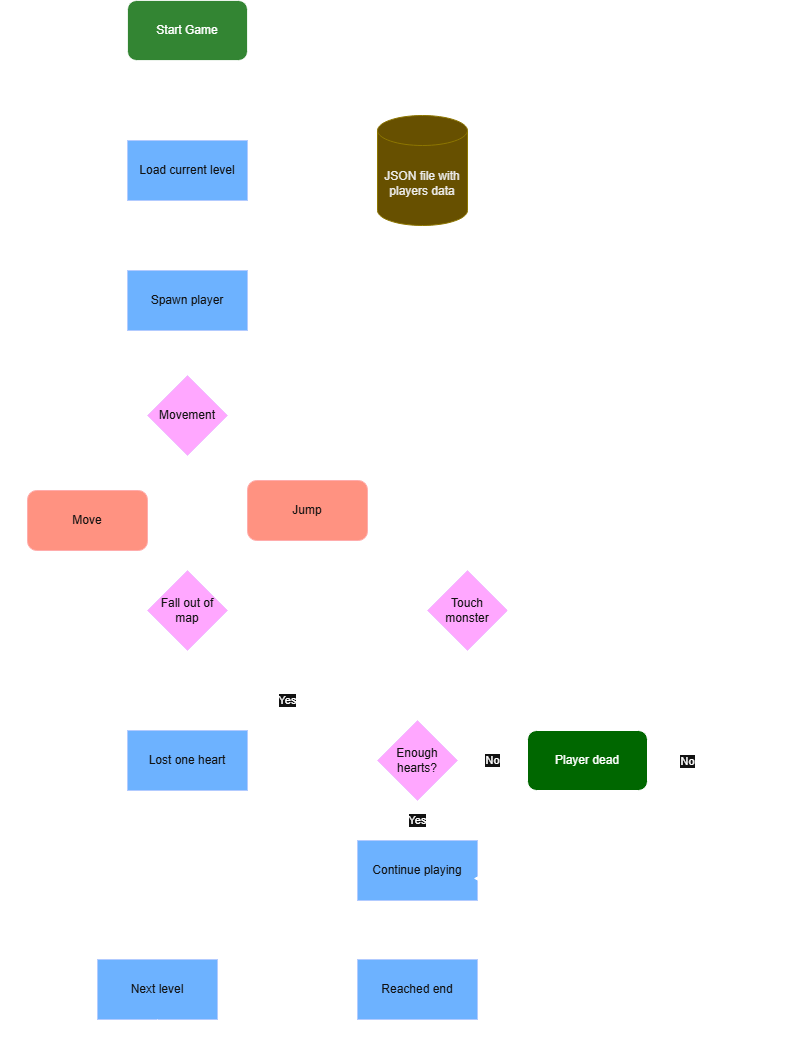
Above: ressources/images/flow/diagrammeDactivieJeu.png in Davidd-frn/SuperRijoda (draw.io), before the change. Source tidied: cells renumbered, new cells last; positions are measured from the earlier drawing's top-left corner, leaving out a move shared by most shapes.
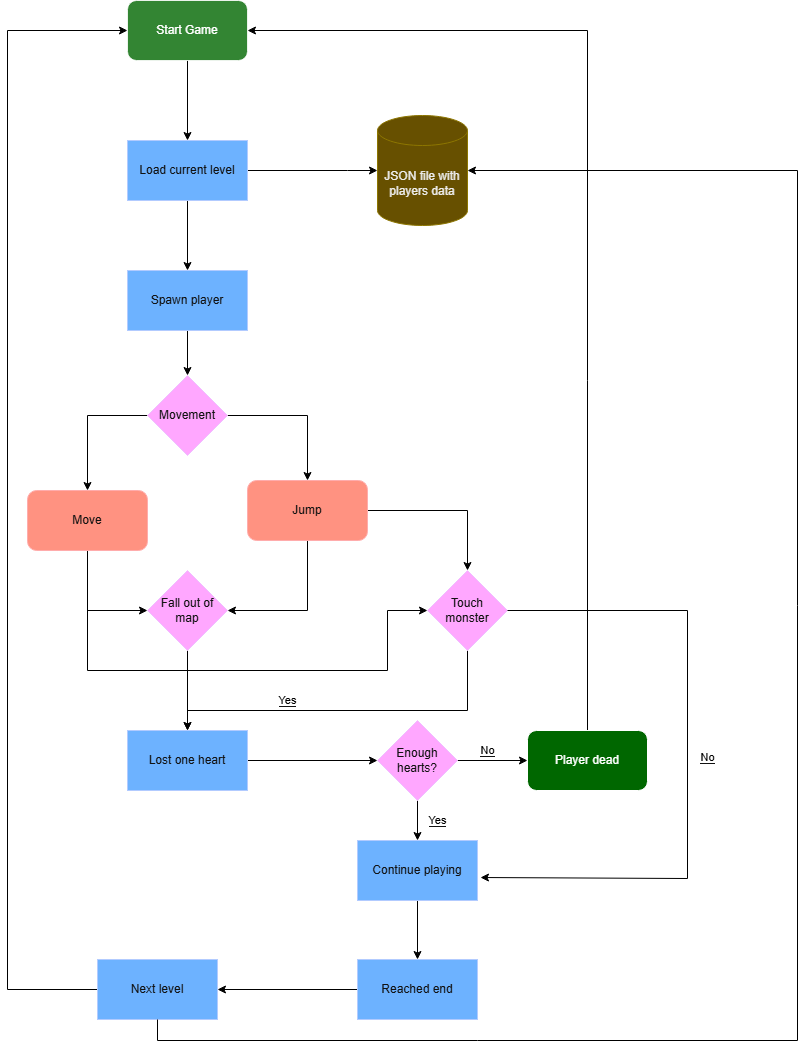
The same file after the commit.

The edit, as a diff of the source:
```diff
@@ -2,13 +2,13 @@
   <root>
     <mxCell id="0" />
     <mxCell id="1" parent="0" />
-    <mxCell id="2" style="edgeStyle=orthogonalEdgeStyle;rounded=0;jettySize=auto;html=1;entryX=0.5;entryY=0;entryDx=0;entryDy=0;" parent="1" edge="1" source="3" target="6">
+    <mxCell id="2" style="edgeStyle=orthogonalEdgeStyle;rounded=0;jettySize=auto;html=1;entryX=0.5;entryY=0;entryDx=0;entryDy=0;strokeColor=light-dark(#000000,#000000);" parent="1" edge="1" source="3" target="6">
       <mxGeometry relative="1" as="geometry" />
     </mxCell>
     <mxCell id="3" value="Start Game" style="rounded=1;whiteSpace=wrap;html=1;fillColor=light-dark(#FFFFFF,#006700);opacity=80;" parent="1" vertex="1">
       <mxGeometry x="120" width="120" height="60" as="geometry" />
     </mxCell>
-    <mxCell id="4" style="edgeStyle=orthogonalEdgeStyle;rounded=0;jettySize=auto;html=1;" parent="1" edge="1" source="6" target="7">
+    <mxCell id="4" style="edgeStyle=orthogonalEdgeStyle;rounded=0;jettySize=auto;html=1;strokeColor=light-dark(#000000,#000000);" parent="1" edge="1" source="6" target="7">
       <mxGeometry relative="1" as="geometry">
         <Array as="points">
           <mxPoint x="340" y="170" />
@@ -16,7 +16,7 @@
         </Array>
       </mxGeometry>
     </mxCell>
-    <mxCell id="5" style="edgeStyle=orthogonalEdgeStyle;rounded=0;jettySize=auto;html=1;entryX=0.5;entryY=0;entryDx=0;entryDy=0;" parent="1" edge="1" source="6" target="9">
+    <mxCell id="5" style="edgeStyle=orthogonalEdgeStyle;rounded=0;jettySize=auto;html=1;entryX=0.5;entryY=0;entryDx=0;entryDy=0;strokeColor=light-dark(#000000,#000000);" parent="1" edge="1" source="6" target="9">
       <mxGeometry relative="1" as="geometry" />
     </mxCell>
     <mxCell id="6" value="Load current level" style="rounded=0;whiteSpace=wrap;html=1;fillColor=#0050ef;fontColor=#ffffff;strokeColor=#001DBC;" parent="1" vertex="1">
@@ -25,16 +25,16 @@
     <mxCell id="7" value="JSON file with players data" style="shape=cylinder3;whiteSpace=wrap;html=1;boundedLbl=1;backgroundOutline=1;size=15;fillColor=#e3c800;fontColor=#000000;strokeColor=#B09500;" parent="1" vertex="1">
       <mxGeometry x="370" y="115" width="90" height="110" as="geometry" />
     </mxCell>
-    <mxCell id="8" style="edgeStyle=orthogonalEdgeStyle;rounded=0;jettySize=auto;html=1;entryX=0.5;entryY=0;entryDx=0;entryDy=0;" parent="1" edge="1" source="9" target="12">
+    <mxCell id="8" style="edgeStyle=orthogonalEdgeStyle;rounded=0;jettySize=auto;html=1;entryX=0.5;entryY=0;entryDx=0;entryDy=0;strokeColor=light-dark(#000000,#000000);" parent="1" edge="1" source="9" target="12">
       <mxGeometry relative="1" as="geometry" />
     </mxCell>
     <mxCell id="9" value="Spawn player" style="rounded=0;whiteSpace=wrap;html=1;fillColor=#0050ef;fontColor=#ffffff;strokeColor=#001DBC;" parent="1" vertex="1">
       <mxGeometry x="120" y="270" width="120" height="60" as="geometry" />
     </mxCell>
-    <mxCell id="10" style="edgeStyle=orthogonalEdgeStyle;rounded=0;jettySize=auto;html=1;entryX=0.5;entryY=0;entryDx=0;entryDy=0;" parent="1" edge="1" source="12" target="18">
+    <mxCell id="10" style="edgeStyle=orthogonalEdgeStyle;rounded=0;jettySize=auto;html=1;entryX=0.5;entryY=0;entryDx=0;entryDy=0;strokeColor=light-dark(#000000,#000000);" parent="1" edge="1" source="12" target="18">
       <mxGeometry relative="1" as="geometry" />
     </mxCell>
-    <mxCell id="11" style="edgeStyle=orthogonalEdgeStyle;rounded=0;jettySize=auto;html=1;entryX=0.5;entryY=0;entryDx=0;entryDy=0;" parent="1" edge="1" source="12" target="15">
+    <mxCell id="11" style="edgeStyle=orthogonalEdgeStyle;rounded=0;jettySize=auto;html=1;entryX=0.5;entryY=0;entryDx=0;entryDy=0;strokeColor=light-dark(#000000,#000000);" parent="1" edge="1" source="12" target="15">
       <mxGeometry relative="1" as="geometry">
         <Array as="points">
           <mxPoint x="80" y="415" />
@@ -44,10 +44,10 @@
     <mxCell id="12" value="Movement" style="rhombus;whiteSpace=wrap;html=1;fillColor=#6a00ff;fontColor=#ffffff;strokeColor=#3700CC;" parent="1" vertex="1">
       <mxGeometry x="140" y="375" width="80" height="80" as="geometry" />
     </mxCell>
-    <mxCell id="13" style="edgeStyle=orthogonalEdgeStyle;rounded=0;jettySize=auto;html=1;entryX=0;entryY=0.5;entryDx=0;entryDy=0;" parent="1" edge="1" source="15" target="20">
+    <mxCell id="13" style="edgeStyle=orthogonalEdgeStyle;rounded=0;jettySize=auto;html=1;entryX=0;entryY=0.5;entryDx=0;entryDy=0;strokeColor=light-dark(#000000,#000000);" parent="1" edge="1" source="15" target="20">
       <mxGeometry relative="1" as="geometry" />
     </mxCell>
-    <mxCell id="14" style="edgeStyle=orthogonalEdgeStyle;rounded=0;jettySize=auto;html=1;entryX=0;entryY=0.5;entryDx=0;entryDy=0;" parent="1" edge="1" source="15" target="37">
+    <mxCell id="14" style="edgeStyle=orthogonalEdgeStyle;rounded=0;jettySize=auto;html=1;entryX=0;entryY=0.5;entryDx=0;entryDy=0;strokeColor=light-dark(#000000,#000000);" parent="1" edge="1" source="15" target="37">
       <mxGeometry relative="1" as="geometry">
         <Array as="points">
           <mxPoint x="80" y="670" />
@@ -59,41 +59,41 @@
     <mxCell id="15" value="Move" style="rounded=1;whiteSpace=wrap;html=1;fillColor=#e51400;fontColor=#ffffff;strokeColor=#B20000;" parent="1" vertex="1">
       <mxGeometry x="20" y="490" width="120" height="60" as="geometry" />
     </mxCell>
-    <mxCell id="16" style="edgeStyle=orthogonalEdgeStyle;rounded=0;jettySize=auto;html=1;" parent="1" edge="1" source="18" target="20">
+    <mxCell id="16" style="edgeStyle=orthogonalEdgeStyle;rounded=0;jettySize=auto;html=1;strokeColor=light-dark(#000000,#000000);" parent="1" edge="1" source="18" target="20">
       <mxGeometry relative="1" as="geometry">
         <Array as="points">
           <mxPoint x="300" y="610" />
         </Array>
       </mxGeometry>
     </mxCell>
-    <mxCell id="17" style="edgeStyle=orthogonalEdgeStyle;rounded=0;jettySize=auto;html=1;" parent="1" edge="1" source="18" target="37">
+    <mxCell id="17" style="edgeStyle=orthogonalEdgeStyle;rounded=0;jettySize=auto;html=1;strokeColor=light-dark(#000000,#000000);" parent="1" edge="1" source="18" target="37">
       <mxGeometry relative="1" as="geometry" />
     </mxCell>
     <mxCell id="18" value="Jump" style="rounded=1;whiteSpace=wrap;html=1;fillColor=#e51400;fontColor=#ffffff;strokeColor=#B20000;" parent="1" vertex="1">
       <mxGeometry x="240" y="480" width="120" height="60" as="geometry" />
     </mxCell>
-    <mxCell id="19" style="edgeStyle=orthogonalEdgeStyle;rounded=0;jettySize=auto;html=1;entryX=0.5;entryY=0;entryDx=0;entryDy=0;" parent="1" edge="1" source="20" target="22">
+    <mxCell id="19" style="edgeStyle=orthogonalEdgeStyle;rounded=0;jettySize=auto;html=1;entryX=0.5;entryY=0;entryDx=0;entryDy=0;strokeColor=light-dark(#000000,#000000);" parent="1" edge="1" source="20" target="22">
       <mxGeometry relative="1" as="geometry" />
     </mxCell>
     <mxCell id="20" value="Fall out of map" style="rhombus;whiteSpace=wrap;html=1;fillColor=#6a00ff;fontColor=#ffffff;strokeColor=#3700CC;" parent="1" vertex="1">
       <mxGeometry x="140" y="570" width="80" height="80" as="geometry" />
     </mxCell>
-    <mxCell id="21" style="edgeStyle=orthogonalEdgeStyle;rounded=0;jettySize=auto;html=1;entryX=0;entryY=0.5;entryDx=0;entryDy=0;" parent="1" edge="1" source="22" target="25">
+    <mxCell id="21" style="edgeStyle=orthogonalEdgeStyle;rounded=0;jettySize=auto;html=1;entryX=0;entryY=0.5;entryDx=0;entryDy=0;strokeColor=light-dark(#000000,#000000);" parent="1" edge="1" source="22" target="25">
       <mxGeometry relative="1" as="geometry" />
     </mxCell>
     <mxCell id="22" value="Lost one heart" style="rounded=0;whiteSpace=wrap;html=1;fillColor=#0050ef;fontColor=#ffffff;strokeColor=#001DBC;" parent="1" vertex="1">
       <mxGeometry x="120" y="730" width="120" height="60" as="geometry" />
     </mxCell>
-    <mxCell id="23" value="Yes" style="edgeStyle=orthogonalEdgeStyle;rounded=0;jettySize=auto;html=1;entryX=0.5;entryY=0;entryDx=0;entryDy=0;" parent="1" edge="1" source="25" target="27">
-      <mxGeometry relative="1" as="geometry" />
+    <mxCell id="23" value="&lt;span style=&quot;background-color: light-dark(rgb(255, 255, 255), rgb(255, 255, 255));&quot;&gt;&lt;font style=&quot;color: light-dark(rgb(0, 0, 0), rgb(0, 0, 0));&quot;&gt;Yes&lt;/font&gt;&lt;/span&gt;" style="edgeStyle=orthogonalEdgeStyle;rounded=0;jettySize=auto;html=1;entryX=0.5;entryY=0;entryDx=0;entryDy=0;strokeColor=light-dark(#000000,#000000);" parent="1" edge="1" source="25" target="27">
+      <mxGeometry y="20" relative="1" as="geometry" />
     </mxCell>
-    <mxCell id="24" value="No" style="edgeStyle=orthogonalEdgeStyle;rounded=0;jettySize=auto;html=1;entryX=0;entryY=0.5;entryDx=0;entryDy=0;" parent="1" edge="1" source="25" target="32">
-      <mxGeometry relative="1" as="geometry" />
+    <mxCell id="24" value="&lt;font style=&quot;color: light-dark(rgb(0, 0, 0), rgb(0, 0, 0)); background-color: light-dark(rgb(255, 255, 255), rgb(255, 255, 255));&quot;&gt;No&lt;/font&gt;" style="edgeStyle=orthogonalEdgeStyle;rounded=0;jettySize=auto;html=1;entryX=0;entryY=0.5;entryDx=0;entryDy=0;strokeColor=light-dark(#000000,#000000);" parent="1" edge="1" source="25" target="32">
+      <mxGeometry x="-0.14" y="10" relative="1" as="geometry" />
     </mxCell>
     <mxCell id="25" value="Enough hearts?" style="rhombus;whiteSpace=wrap;html=1;fillColor=#6a00ff;fontColor=#ffffff;strokeColor=#3700CC;" parent="1" vertex="1">
       <mxGeometry x="370" y="720" width="80" height="80" as="geometry" />
     </mxCell>
-    <mxCell id="26" style="edgeStyle=orthogonalEdgeStyle;rounded=0;jettySize=auto;html=1;" parent="1" edge="1" source="27">
+    <mxCell id="26" style="edgeStyle=orthogonalEdgeStyle;rounded=0;jettySize=auto;html=1;strokeColor=light-dark(#000000,#000000);" parent="1" edge="1" source="27">
       <mxGeometry relative="1" as="geometry">
         <mxPoint x="410" y="959" as="targetPoint" />
       </mxGeometry>
@@ -101,13 +101,13 @@
     <mxCell id="27" value="Continue playing" style="rounded=0;whiteSpace=wrap;html=1;fillColor=#0050ef;fontColor=#ffffff;strokeColor=#001DBC;" parent="1" vertex="1">
       <mxGeometry x="350" y="840" width="120" height="60" as="geometry" />
     </mxCell>
-    <mxCell id="28" style="edgeStyle=orthogonalEdgeStyle;rounded=0;orthogonalLoop=1;jettySize=auto;html=1;entryX=1;entryY=0.5;entryDx=0;entryDy=0;" parent="1" edge="1">
+    <mxCell id="28" style="edgeStyle=orthogonalEdgeStyle;rounded=0;orthogonalLoop=1;jettySize=auto;html=1;entryX=1;entryY=0.5;entryDx=0;entryDy=0;strokeColor=light-dark(#000000,#000000);" parent="1" edge="1">
       <mxGeometry relative="1" as="geometry">
         <mxPoint x="350" y="989" as="sourcePoint" />
         <mxPoint x="210" y="989" as="targetPoint" />
       </mxGeometry>
     </mxCell>
-    <mxCell id="29" style="edgeStyle=orthogonalEdgeStyle;rounded=0;jettySize=auto;html=1;entryX=0;entryY=0.5;entryDx=0;entryDy=0;" parent="1" edge="1" target="3">
+    <mxCell id="29" style="edgeStyle=orthogonalEdgeStyle;rounded=0;jettySize=auto;html=1;entryX=0;entryY=0.5;entryDx=0;entryDy=0;strokeColor=light-dark(#000000,#000000);" parent="1" edge="1" target="3">
       <mxGeometry relative="1" as="geometry">
         <mxPoint x="90" y="989" as="sourcePoint" />
         <Array as="points">
@@ -123,10 +123,9 @@
         </Array>
       </mxGeometry>
     </mxCell>
-    <mxCell id="31" style="edgeStyle=orthogonalEdgeStyle;rounded=0;orthogonalLoop=1;jettySize=auto;html=1;" parent="1" edge="1">
+    <mxCell id="31" style="edgeStyle=orthogonalEdgeStyle;rounded=0;jettySize=auto;html=1;strokeColor=light-dark(#000000,#000000);entryX=1;entryY=0.5;entryDx=0;entryDy=0;entryPerimeter=0;" parent="1" edge="1" target="3">
       <mxGeometry relative="1" as="geometry">
         <mxPoint x="580" y="730" as="sourcePoint" />
-        <mxPoint x="250" y="30" as="targetPoint" />
         <Array as="points">
           <mxPoint x="580" y="30" />
         </Array>
@@ -141,7 +140,7 @@
     <mxCell id="34" value="Next level" style="rounded=0;whiteSpace=wrap;html=1;fillColor=#0050ef;fontColor=#ffffff;strokeColor=#001DBC;" parent="1" vertex="1">
       <mxGeometry x="90" y="959" width="120" height="60" as="geometry" />
     </mxCell>
-    <mxCell id="35" style="edgeStyle=orthogonalEdgeStyle;rounded=0;jettySize=auto;html=1;entryX=1;entryY=0.5;entryDx=0;entryDy=0;entryPerimeter=0;" parent="1" edge="1" source="34" target="7">
+    <mxCell id="35" style="edgeStyle=orthogonalEdgeStyle;rounded=0;jettySize=auto;html=1;entryX=1;entryY=0.5;entryDx=0;entryDy=0;entryPerimeter=0;strokeColor=light-dark(#000000,#000000);" parent="1" edge="1" source="34" target="7">
       <mxGeometry relative="1" as="geometry">
         <Array as="points">
           <mxPoint x="150" y="1040" />
@@ -150,7 +149,7 @@
         </Array>
       </mxGeometry>
     </mxCell>
-    <mxCell id="36" value="Yes" style="edgeStyle=orthogonalEdgeStyle;rounded=0;jettySize=auto;html=1;entryX=0.5;entryY=0;entryDx=0;entryDy=0;" parent="1" edge="1" source="37" target="22">
+    <mxCell id="36" value="&lt;span style=&quot;background-color: light-dark(rgb(255, 255, 255), rgb(255, 255, 255));&quot;&gt;&lt;font style=&quot;color: light-dark(rgb(0, 0, 0), rgb(0, 0, 0));&quot;&gt;Yes&lt;/font&gt;&lt;/span&gt;" style="edgeStyle=orthogonalEdgeStyle;rounded=0;jettySize=auto;html=1;entryX=0.5;entryY=0;entryDx=0;entryDy=0;strokeColor=light-dark(#000000,#000000);" parent="1" edge="1" source="37" target="22">
       <mxGeometry x="0.33" y="-10" relative="1" as="geometry">
         <Array as="points">
           <mxPoint x="460" y="710" />
@@ -161,8 +160,8 @@
     <mxCell id="37" value="Touch monster" style="rhombus;whiteSpace=wrap;html=1;fillColor=#6a00ff;fontColor=#ffffff;strokeColor=#3700CC;" parent="1" vertex="1">
       <mxGeometry x="420" y="570" width="80" height="80" as="geometry" />
     </mxCell>
-    <mxCell id="38" value="No" style="edgeStyle=orthogonalEdgeStyle;rounded=0;jettySize=auto;html=1;entryX=0.967;entryY=0.633;entryDx=0;entryDy=0;entryPerimeter=0;" parent="1" edge="1" source="37" target="27">
-      <mxGeometry relative="1" as="geometry">
+    <mxCell id="38" value="&lt;font style=&quot;color: light-dark(rgb(0, 0, 0), rgb(0, 0, 0)); background-color: light-dark(rgb(255, 255, 255), rgb(255, 255, 255));&quot;&gt;No&lt;/font&gt;" style="edgeStyle=orthogonalEdgeStyle;rounded=0;jettySize=auto;html=1;strokeColor=light-dark(#000000,#000000);entryX=1.025;entryY=0.617;entryDx=0;entryDy=0;entryPerimeter=0;" parent="1" edge="1" source="37" target="27">
+      <mxGeometry y="20" relative="1" as="geometry">
         <Array as="points">
           <mxPoint x="680" y="610" />
           <mxPoint x="680" y="878" />
```
